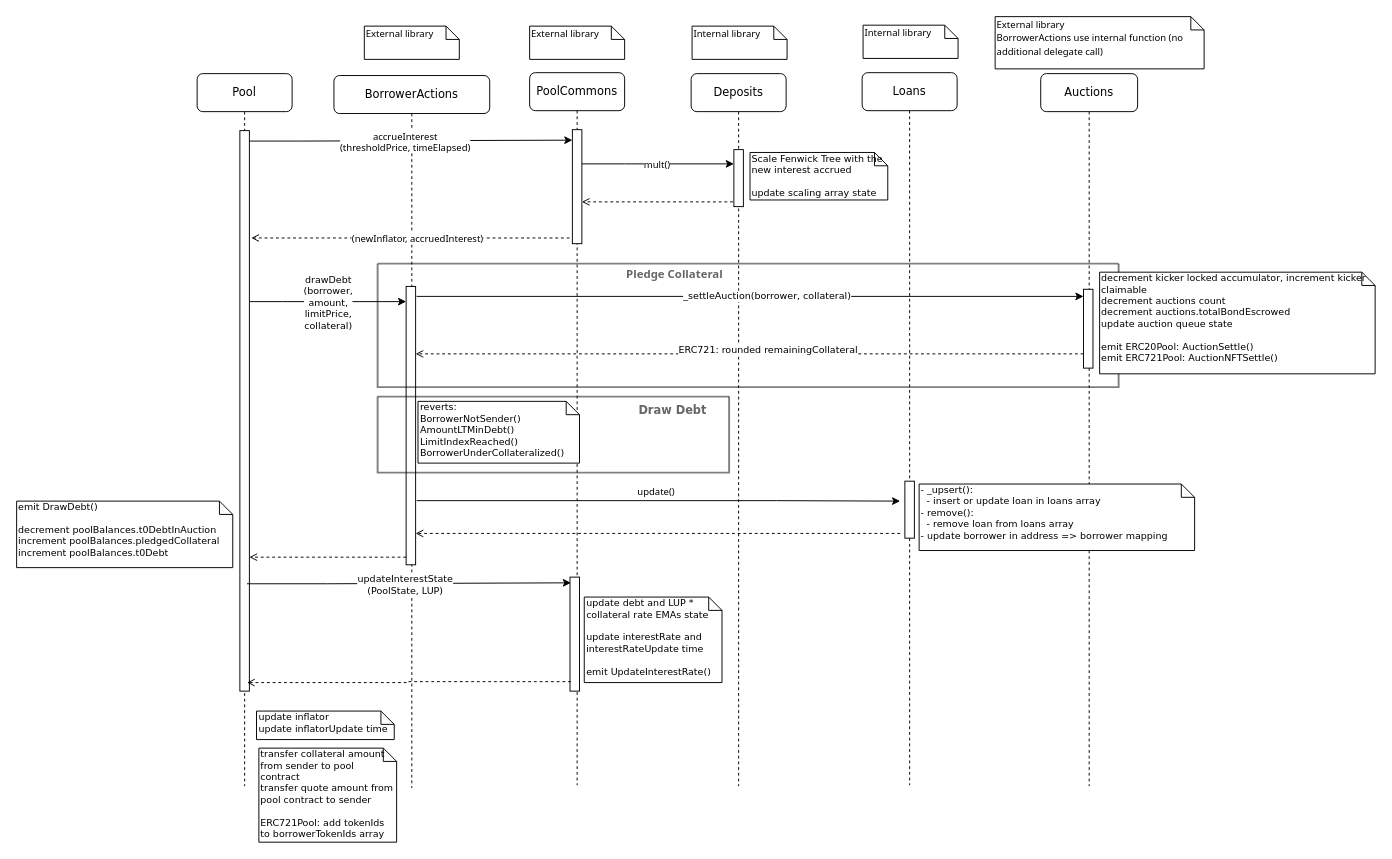
This is docs/drawio/drawDebt.drawio from ajna-finance/ajna-core, a draw.io file, before an edit. Source tidied: cells renumbered, new cells numbered last; positions are measured from the earlier drawing's top-left corner, leaving out a move shared by most shapes. Both pictures are drawn from the tidied source at 95%, with x=0, y=0 at pixel (16, 16).
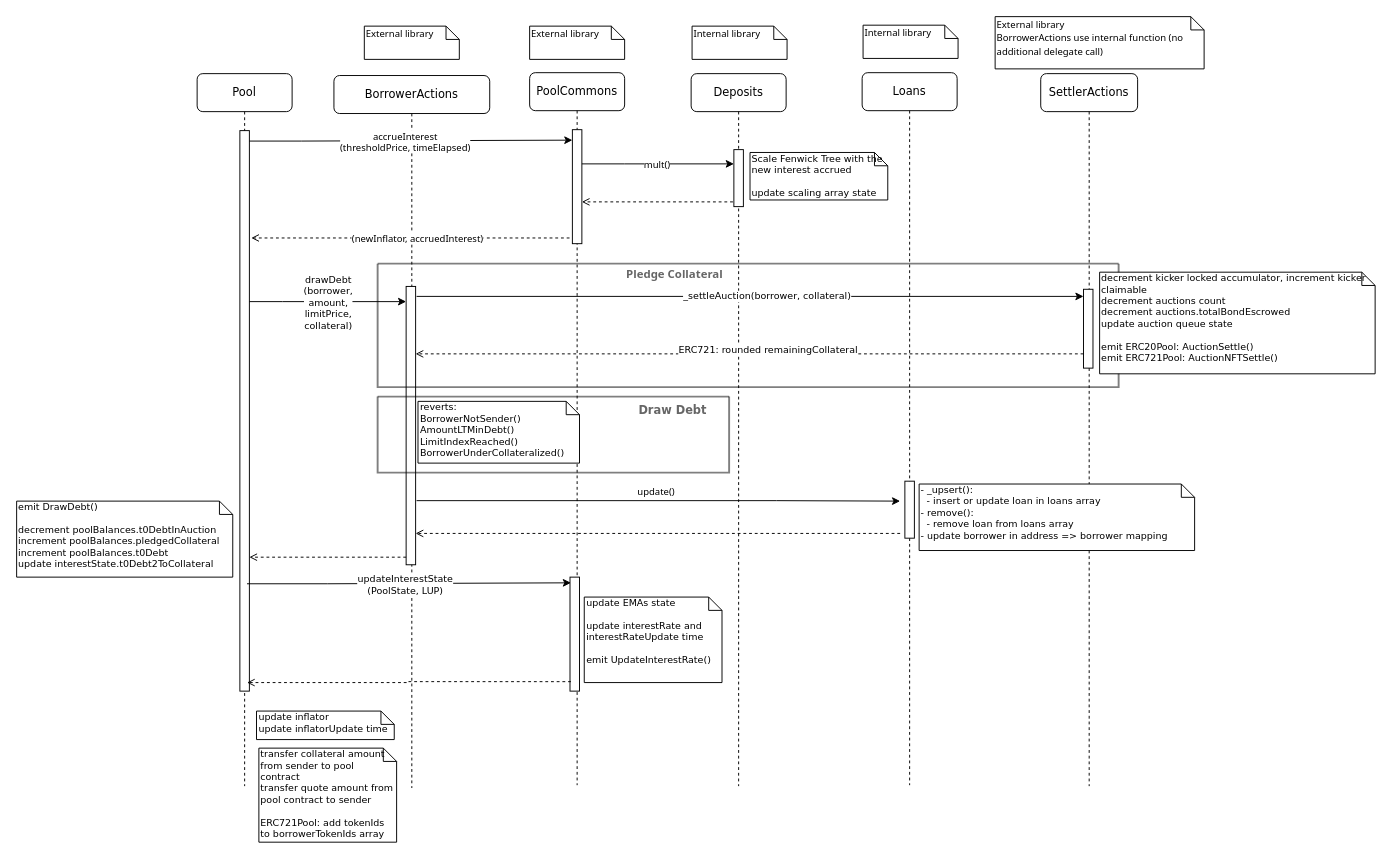
Above is the later version.

Diff of the diagram source:
```diff
@@
-    <mxCell id="27" value="&lt;div&gt;update debt and LUP * collateral rate EMAs state&lt;/div&gt;&lt;div&gt;&lt;br&gt;&lt;/div&gt;&lt;div&gt;update interestRate and interestRateUpdate time&lt;br&gt;&lt;/div&gt;&lt;div&gt;&lt;br&gt;&lt;/div&gt;&lt;div&gt;emit UpdateInterestRate()&lt;br&gt;&lt;/div&gt;" style="shape=note;whiteSpace=wrap;html=1;size=14;verticalAlign=top;align=left;spacingTop=-6;rounded=0;shadow=0;comic=0;labelBackgroundColor=none;strokeWidth=1;fontFamily=Verdana;fontSize=10;" parent="1" vertex="1">
+    <mxCell id="27" value="&lt;div&gt;update EMAs state&lt;/div&gt;&lt;div&gt;&lt;br&gt;&lt;/div&gt;&lt;div&gt;update interestRate and interestRateUpdate time&lt;br&gt;&lt;/div&gt;&lt;div&gt;&lt;br&gt;&lt;/div&gt;&lt;div&gt;emit UpdateInterestRate()&lt;br&gt;&lt;/div&gt;" style="shape=note;whiteSpace=wrap;html=1;size=14;verticalAlign=top;align=left;spacingTop=-6;rounded=0;shadow=0;comic=0;labelBackgroundColor=none;strokeWidth=1;fontFamily=Verdana;fontSize=10;" parent="1" vertex="1">
       <mxGeometry x="597.5" y="611" width="145" height="90" as="geometry" />
     </mxCell>
@@
-    <mxCell id="30" value="Auctions" style="shape=umlLifeline;perimeter=lifelinePerimeter;whiteSpace=wrap;html=1;rounded=1;shadow=0;comic=0;labelBackgroundColor=none;strokeWidth=1;fontFamily=Verdana;fontSize=12;align=center;" parent="1" vertex="1">
+    <mxCell id="30" value="SettlerActions" style="shape=umlLifeline;perimeter=lifelinePerimeter;whiteSpace=wrap;html=1;rounded=1;shadow=0;comic=0;labelBackgroundColor=none;strokeWidth=1;fontFamily=Verdana;fontSize=12;align=center;" parent="1" vertex="1">
       <mxGeometry x="1078" y="60" width="102" height="750" as="geometry" />
     </mxCell>
@@
-    <mxCell id="49" value="&lt;div&gt;emit DrawDebt()&lt;/div&gt;&lt;div&gt;&lt;br&gt;&lt;/div&gt;&lt;div&gt;decrement poolBalances.t0DebtInAuction&lt;br&gt;increment poolBalances.pledgedCollateral &lt;br&gt;increment poolBalances.t0Debt&lt;br&gt;&lt;/div&gt;" style="shape=note;whiteSpace=wrap;html=1;size=14;verticalAlign=top;align=left;spacingTop=-6;rounded=0;shadow=0;comic=0;labelBackgroundColor=none;strokeWidth=1;fontFamily=Verdana;fontSize=10;" parent="1" vertex="1">
-      <mxGeometry y="510" width="227.5" height="70" as="geometry" />
+    <mxCell id="49" value="&lt;div&gt;emit DrawDebt()&lt;/div&gt;&lt;div&gt;&lt;br&gt;&lt;/div&gt;&lt;div&gt;decrement poolBalances.t0DebtInAuction&lt;br&gt;increment poolBalances.pledgedCollateral &lt;br&gt;increment poolBalances.t0Debt&lt;/div&gt;&lt;div&gt;update interestState.t0Debt2ToCollateral&lt;/div&gt;" style="shape=note;whiteSpace=wrap;html=1;size=14;verticalAlign=top;align=left;spacingTop=-6;rounded=0;shadow=0;comic=0;labelBackgroundColor=none;strokeWidth=1;fontFamily=Verdana;fontSize=10;" parent="1" vertex="1">
+      <mxGeometry y="510" width="227.5" height="80" as="geometry" />
     </mxCell>
```
